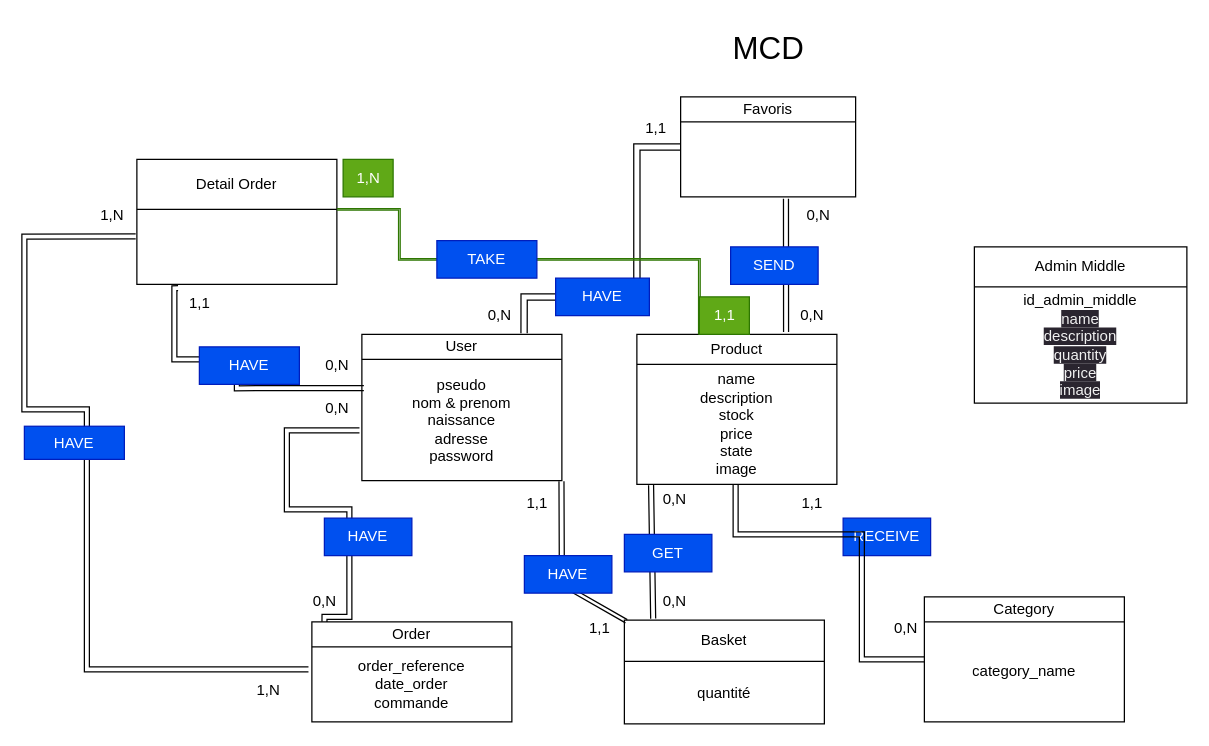
Above: Documentation/BddArchitecture/MCD.drawio in michael-zanaglia/boutique-en-ligne (draw.io), before the change. Source tidied: cells renumbered, new cells numbered last; positions are measured from the earlier drawing's top-left corner, leaving out a move shared by most shapes. Both pictures are drawn from the tidied source at 125%, with x=0, y=0 at pixel (24, 21).
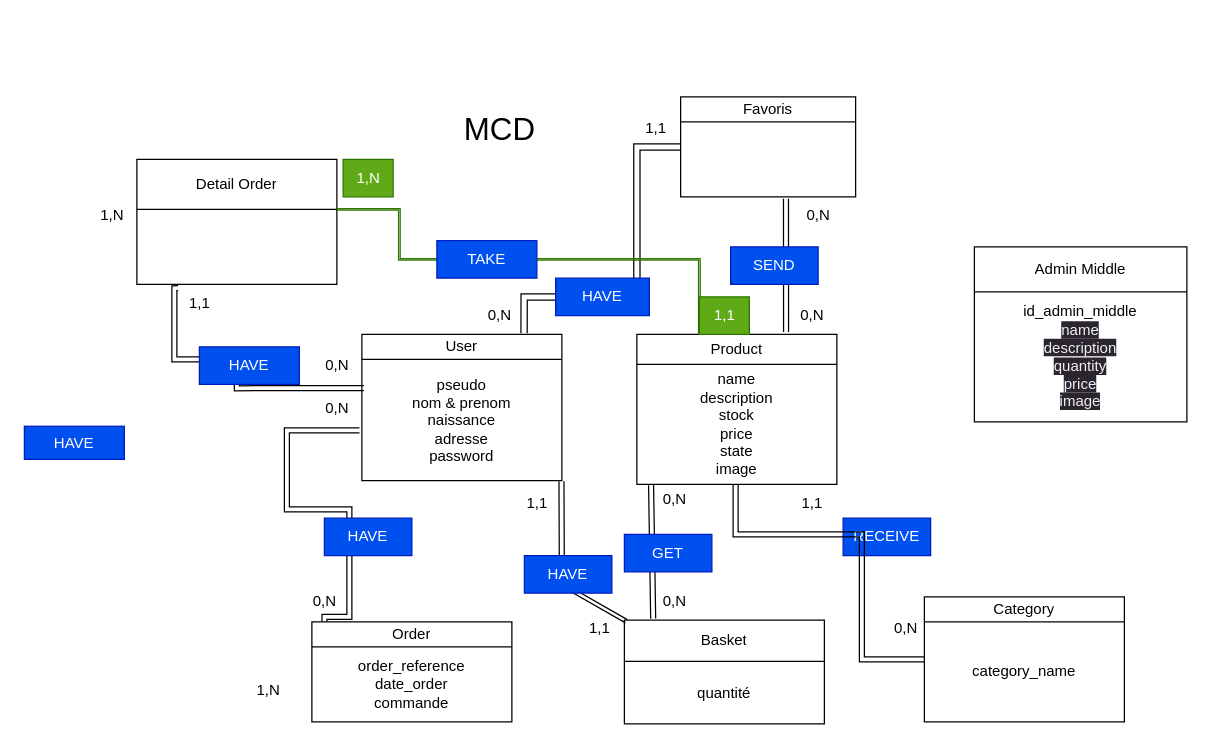
After the change.

The change refers to these unchanged cells:
```xml
<mxCell id="20" style="shape=tableRow;horizontal=0;startSize=0;swimlaneHead=0;swimlaneBody=0;top=0;left=0;bottom=0;right=0;fillColor=none;points=[[0,0.5],[1,0.5]];portConstraint=eastwest;" parent="17" vertex="1">
  <mxGeometry y="20" width="160" height="60" as="geometry" />
</mxCell>
<mxCell id="65" style="shape=tableRow;horizontal=0;startSize=0;swimlaneHead=0;swimlaneBody=0;top=0;left=0;bottom=0;right=0;fillColor=none;points=[[0,0.5],[1,0.5]];portConstraint=eastwest;" parent="62" vertex="1">
  <mxGeometry y="40" width="160" height="60" as="geometry" />
</mxCell>
```

Diff of the diagram source:
```diff
@@
     <mxCell id="54" value="&lt;font style=&quot;font-size: 25px;&quot;&gt;MCD&lt;/font&gt;" style="text;html=1;align=center;verticalAlign=middle;strokeColor=none;fillColor=none;" parent="1" vertex="1">
-      <mxGeometry x="555" width="80" height="40" as="geometry" />
+      <mxGeometry x="340" y="65" width="80" height="40" as="geometry" />
     </mxCell>
     <mxCell id="55" style="shape=table;startSize=0;childLayout=tableLayout;" parent="1" vertex="1">
-      <mxGeometry x="760" y="180" width="170" height="125" as="geometry" />
+      <mxGeometry x="760" y="180" width="170" height="140" as="geometry" />
     </mxCell>
     <mxCell id="56" style="shape=tableRow;horizontal=0;startSize=0;swimlaneHead=0;swimlaneBody=0;top=0;left=0;bottom=0;right=0;fillColor=none;" parent="55" vertex="1">
-      <mxGeometry width="170" height="32" as="geometry" />
+      <mxGeometry width="170" height="36" as="geometry" />
     </mxCell>
     <mxCell id="57" value="Admin Middle" style="shape=partialRectangle;html=1;whiteSpace=wrap;overflow=hidden;fillColor=none;top=0;left=0;bottom=0;right=0;" parent="56" vertex="1">
-      <mxGeometry width="170" height="32" as="geometry" />
+      <mxGeometry width="170" height="36" as="geometry" />
     </mxCell>
     <mxCell id="58" style="shape=tableRow;horizontal=0;startSize=0;swimlaneHead=0;swimlaneBody=0;top=0;left=0;bottom=0;right=0;fillColor=none;" parent="55" vertex="1">
-      <mxGeometry y="32" width="170" height="93" as="geometry" />
+      <mxGeometry y="36" width="170" height="104" as="geometry" />
     </mxCell>
-    <mxCell id="59" value="id_admin_middle&lt;br&gt;&lt;span style=&quot;color: rgb(240, 240, 240); font-family: Helvetica; font-size: 12px; font-style: normal; font-variant-ligatures: normal; font-variant-caps: normal; font-weight: 400; letter-spacing: normal; orphans: 2; text-align: center; text-indent: 0px; text-transform: none; widows: 2; word-spacing: 0px; -webkit-text-stroke-width: 0px; background-color: rgb(42, 37, 47); text-decoration-thickness: initial; text-decoration-style: initial; text-decoration-color: initial; float: none; display: inline !important;&quot;&gt;name&lt;/span&gt;&lt;br style=&quot;border-color: rgb(0, 0, 0); color: rgb(240, 240, 240); font-family: Helvetica; font-size: 12px; font-style: normal; font-variant-ligatures: normal; font-variant-caps: normal; font-weight: 400; letter-spacing: normal; orphans: 2; text-align: center; text-indent: 0px; text-transform: none; widows: 2; word-spacing: 0px; -webkit-text-stroke-width: 0px; background-color: rgb(42, 37, 47); text-decoration-thickness: initial; text-decoration-style: initial; text-decoration-color: initial;&quot;&gt;&lt;span style=&quot;color: rgb(240, 240, 240); font-family: Helvetica; font-size: 12px; font-style: normal; font-variant-ligatures: normal; font-variant-caps: normal; font-weight: 400; letter-spacing: normal; orphans: 2; text-align: center; text-indent: 0px; text-transform: none; widows: 2; word-spacing: 0px; -webkit-text-stroke-width: 0px; background-color: rgb(42, 37, 47); text-decoration-thickness: initial; text-decoration-style: initial; text-decoration-color: initial; float: none; display: inline !important;&quot;&gt;description&lt;/span&gt;&lt;br style=&quot;border-color: rgb(0, 0, 0); color: rgb(240, 240, 240); font-family: Helvetica; font-size: 12px; font-style: normal; font-variant-ligatures: normal; font-variant-caps: normal; font-weight: 400; letter-spacing: normal; orphans: 2; text-align: center; text-indent: 0px; text-transform: none; widows: 2; word-spacing: 0px; -webkit-text-stroke-width: 0px; background-color: rgb(42, 37, 47); text-decoration-thickness: initial; text-decoration-style: initial; text-decoration-color: initial;&quot;&gt;&lt;span style=&quot;color: rgb(240, 240, 240); font-family: Helvetica; font-size: 12px; font-style: normal; font-variant-ligatures: normal; font-variant-caps: normal; font-weight: 400; letter-spacing: normal; orphans: 2; text-align: center; text-indent: 0px; text-transform: none; widows: 2; word-spacing: 0px; -webkit-text-stroke-width: 0px; background-color: rgb(42, 37, 47); text-decoration-thickness: initial; text-decoration-style: initial; text-decoration-color: initial; float: none; display: inline !important;&quot;&gt;quantity&lt;/span&gt;&lt;br style=&quot;border-color: rgb(0, 0, 0); color: rgb(240, 240, 240); font-family: Helvetica; font-size: 12px; font-style: normal; font-variant-ligatures: normal; font-variant-caps: normal; font-weight: 400; letter-spacing: normal; orphans: 2; text-align: center; text-indent: 0px; text-transform: none; widows: 2; word-spacing: 0px; -webkit-text-stroke-width: 0px; background-color: rgb(42, 37, 47); text-decoration-thickness: initial; text-decoration-style: initial; text-decoration-color: initial;&quot;&gt;&lt;span style=&quot;color: rgb(240, 240, 240); font-family: Helvetica; font-size: 12px; font-style: normal; font-variant-ligatures: normal; font-variant-caps: normal; font-weight: 400; letter-spacing: normal; orphans: 2; text-align: center; text-indent: 0px; text-transform: none; widows: 2; word-spacing: 0px; -webkit-text-stroke-width: 0px; background-color: rgb(42, 37, 47); text-decoration-thickness: initial; text-decoration-style: initial; text-decoration-color: initial; float: none; display: inline !important;&quot;&gt;price&lt;/span&gt;&lt;br style=&quot;border-color: rgb(0, 0, 0); color: rgb(240, 240, 240); font-family: Helvetica; font-size: 12px; font-style: normal; font-variant-ligatures: normal; font-variant-caps: normal; font-weight: 400; letter-spacing: normal; orphans: 2; text-align: center; text-indent: 0px; text-transform: none; widows: 2; word-spacing: 0px; -webkit-text-stroke-width: 0px; background-color: rgb(42, 37, 47); text-decoration-thickness: initial; text-decoration-style: initial; text-decoration-color: initial;&quot;&gt;&lt;span style=&quot;color: rgb(240, 240, 240); font-family: Helvetica; font-size: 12px; font-style: normal; font-variant-ligatures: normal; font-variant-caps: normal; font-weight: 400; letter-spacing: normal; orphans: 2; text-align: center; text-indent: 0px; text-transform: none; widows: 2; word-spacing: 0px; -webkit-text-stroke-width: 0px; background-color: rgb(42, 37, 47); text-decoration-thickness: initial; text-decoration-style: initial; text-decoration-color: initial; float: none; display: inline !important;&quot;&gt;image&lt;/span&gt;" style="shape=partialRectangle;html=1;whiteSpace=wrap;overflow=hidden;fillColor=none;top=0;left=0;bottom=0;right=0;" parent="58" vertex="1">
-      <mxGeometry width="170" height="93" as="geometry" />
+    <mxCell id="59" value="id_admin_middle&lt;br&gt;&lt;span style=&quot;color: rgb(240, 240, 240); font-family: Helvetica; font-size: 12px; font-style: normal; font-variant-ligatures: normal; font-variant-caps: normal; font-weight: 400; letter-spacing: normal; orphans: 2; text-align: center; text-indent: 0px; text-transform: none; widows: 2; word-spacing: 0px; -webkit-text-stroke-width: 0px; background-color: rgb(42, 37, 47); text-decoration-thickness: initial; text-decoration-style: initial; text-decoration-color: initial; float: none; display: inline !important;&quot;&gt;name&lt;/span&gt;&lt;br style=&quot;border-color: rgb(0, 0, 0); color: rgb(240, 240, 240); font-family: Helvetica; font-size: 12px; font-style: normal; font-variant-ligatures: normal; font-variant-caps: normal; font-weight: 400; letter-spacing: normal; orphans: 2; text-align: center; text-indent: 0px; text-transform: none; widows: 2; word-spacing: 0px; -webkit-text-stroke-width: 0px; background-color: rgb(42, 37, 47); text-decoration-thickness: initial; text-decoration-style: initial; text-decoration-color: initial;&quot;&gt;&lt;span style=&quot;color: rgb(240, 240, 240); font-family: Helvetica; font-size: 12px; font-style: normal; font-variant-ligatures: normal; font-variant-caps: normal; font-weight: 400; letter-spacing: normal; orphans: 2; text-align: center; text-indent: 0px; text-transform: none; widows: 2; word-spacing: 0px; -webkit-text-stroke-width: 0px; background-color: rgb(42, 37, 47); text-decoration-thickness: initial; text-decoration-style: initial; text-decoration-color: initial; float: none; display: inline !important;&quot;&gt;description&lt;/span&gt;&lt;br style=&quot;border-color: rgb(0, 0, 0); color: rgb(240, 240, 240); font-family: Helvetica; font-size: 12px; font-style: normal; font-variant-ligatures: normal; font-variant-caps: normal; font-weight: 400; letter-spacing: normal; orphans: 2; text-align: center; text-indent: 0px; text-transform: none; widows: 2; word-spacing: 0px; -webkit-text-stroke-width: 0px; background-color: rgb(42, 37, 47); text-decoration-thickness: initial; text-decoration-style: initial; text-decoration-color: initial;&quot;&gt;&lt;span style=&quot;color: rgb(240, 240, 240); font-family: Helvetica; font-size: 12px; font-style: normal; font-variant-ligatures: normal; font-variant-caps: normal; font-weight: 400; letter-spacing: normal; orphans: 2; text-align: center; text-indent: 0px; text-transform: none; widows: 2; word-spacing: 0px; -webkit-text-stroke-width: 0px; background-color: rgb(42, 37, 47); text-decoration-thickness: initial; text-decoration-style: initial; text-decoration-color: initial; float: none; display: inline !important;&quot;&gt;quantity&lt;/span&gt;&lt;br style=&quot;border-color: rgb(0, 0, 0); color: rgb(240, 240, 240); font-family: Helvetica; font-size: 12px; font-style: normal; font-variant-ligatures: normal; font-variant-caps: normal; font-weight: 400; letter-spacing: normal; orphans: 2; text-align: center; text-indent: 0px; text-transform: none; widows: 2; word-spacing: 0px; -webkit-text-stroke-width: 0px; background-color: rgb(42, 37, 47); text-decoration-thickness: initial; text-decoration-style: initial; text-decoration-color: initial;&quot;&gt;&lt;span style=&quot;color: rgb(240, 240, 240); font-family: Helvetica; font-size: 12px; font-style: normal; font-variant-ligatures: normal; font-variant-caps: normal; font-weight: 400; letter-spacing: normal; orphans: 2; text-align: center; text-indent: 0px; text-transform: none; widows: 2; word-spacing: 0px; -webkit-text-stroke-width: 0px; background-color: rgb(42, 37, 47); text-decoration-thickness: initial; text-decoration-style: initial; text-decoration-color: initial; float: none; display: inline !important;&quot;&gt;price&lt;/span&gt;&lt;br style=&quot;border-color: rgb(0, 0, 0); color: rgb(240, 240, 240); font-family: Helvetica; font-size: 12px; font-style: normal; font-variant-ligatures: normal; font-variant-caps: normal; font-weight: 400; letter-spacing: normal; orphans: 2; text-align: center; text-indent: 0px; text-transform: none; widows: 2; word-spacing: 0px; -webkit-text-stroke-width: 0px; background-color: rgb(42, 37, 47); text-decoration-thickness: initial; text-decoration-style: initial; text-decoration-color: initial;&quot;&gt;&lt;span style=&quot;color: rgb(240, 240, 240); font-family: Helvetica; font-size: 12px; font-style: normal; font-variant-ligatures: normal; font-variant-caps: normal; font-weight: 400; letter-spacing: normal; orphans: 2; text-align: center; text-indent: 0px; text-transform: none; widows: 2; word-spacing: 0px; -webkit-text-stroke-width: 0px; background-color: rgb(42, 37, 47); text-decoration-thickness: initial; text-decoration-style: initial; text-decoration-color: initial; float: none; display: inline !important;&quot;&gt;image&lt;br&gt;&lt;/span&gt;" style="shape=partialRectangle;html=1;whiteSpace=wrap;overflow=hidden;fillColor=none;top=0;left=0;bottom=0;right=0;" parent="58" vertex="1">
+      <mxGeometry width="170" height="104" as="geometry" />
     </mxCell>
@@
-    <mxCell id="70" style="edgeStyle=segmentEdgeStyle;endArrow=classic;html=1;curved=0;rounded=0;endSize=8;startSize=8;sourcePerimeterSpacing=0;targetPerimeterSpacing=0;shape=link;entryX=-0.017;entryY=0.3;entryDx=0;entryDy=0;entryPerimeter=0;exitX=-0.006;exitY=0.361;exitDx=0;exitDy=0;exitPerimeter=0;" parent="1" edge="1" source="65" target="20">
+    <mxCell id="70" style="edgeStyle=segmentEdgeStyle;endArrow=classic;html=1;curved=0;rounded=0;endSize=8;startSize=8;sourcePerimeterSpacing=0;targetPerimeterSpacing=0;shape=link;entryX=-0.017;entryY=0.3;entryDx=0;entryDy=0;entryPerimeter=0;exitX=-0.006;exitY=0.361;exitDx=0;exitDy=0;exitPerimeter=0;strokeColor=#FFFFFF;" parent="1" edge="1" source="65" target="20">
       <mxGeometry relative="1" as="geometry">
         <Array as="points">
           <mxPoint y="172" />
           <mxPoint y="310" />
           <mxPoint x="50" y="310" />
           <mxPoint x="50" y="518" />
         </Array>
       </mxGeometry>
     </mxCell>
```
